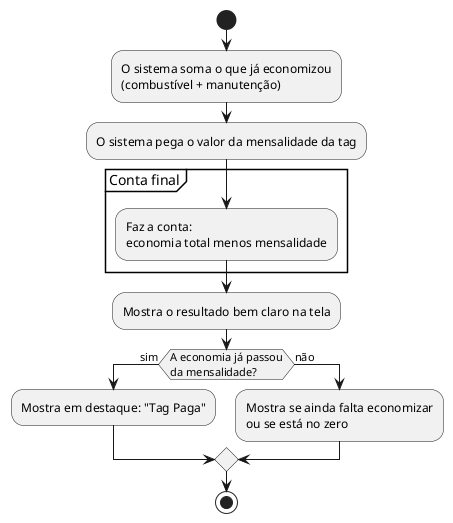
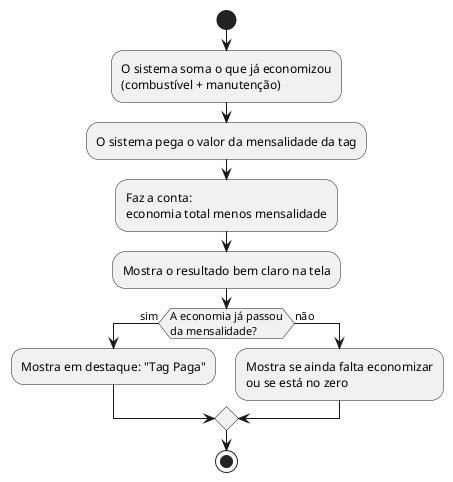
@startuml US11_Payback_Operacional
start
:O sistema soma o que já economizou\n(combustível + manutenção);
:O sistema pega o valor da mensalidade da tag;
- partition "Conta final" {
-   :Faz a conta:\neconomia total menos mensalidade;
- }
+ :Faz a conta:\neconomia total menos mensalidade;
:Mostra o resultado bem claro na tela;
if (A economia já passou\nda mensalidade?) then (sim)
  :Mostra em destaque: "Tag Paga";
else (não)
  :Mostra se ainda falta economizar\nou se está no zero;
endif
stop
@enduml
